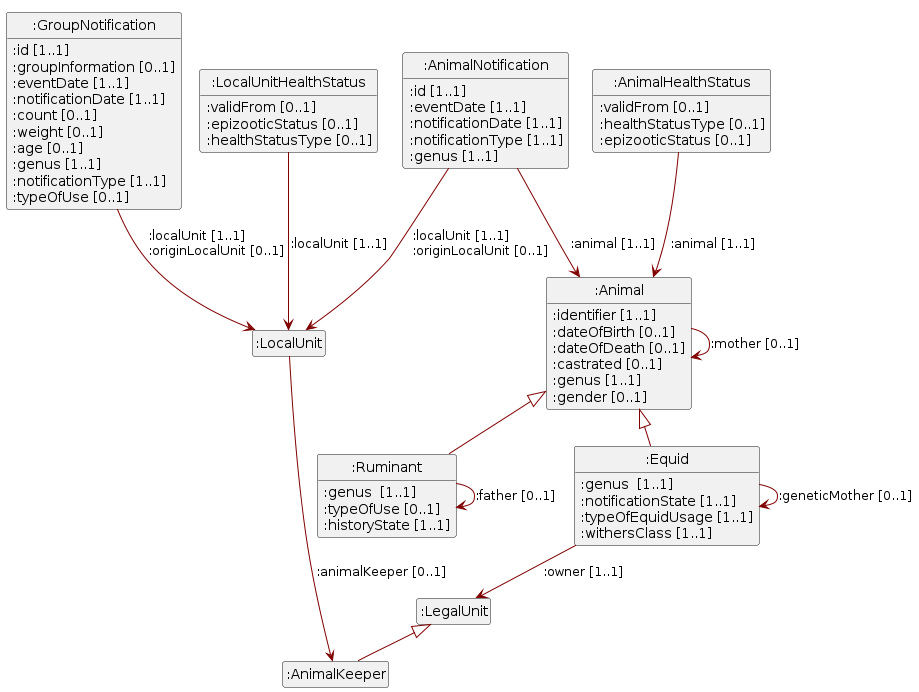
This is assets/img/uml.png from blw-ofag-ufag/eCH-0309, a PlantUML export, as it was before one commit.
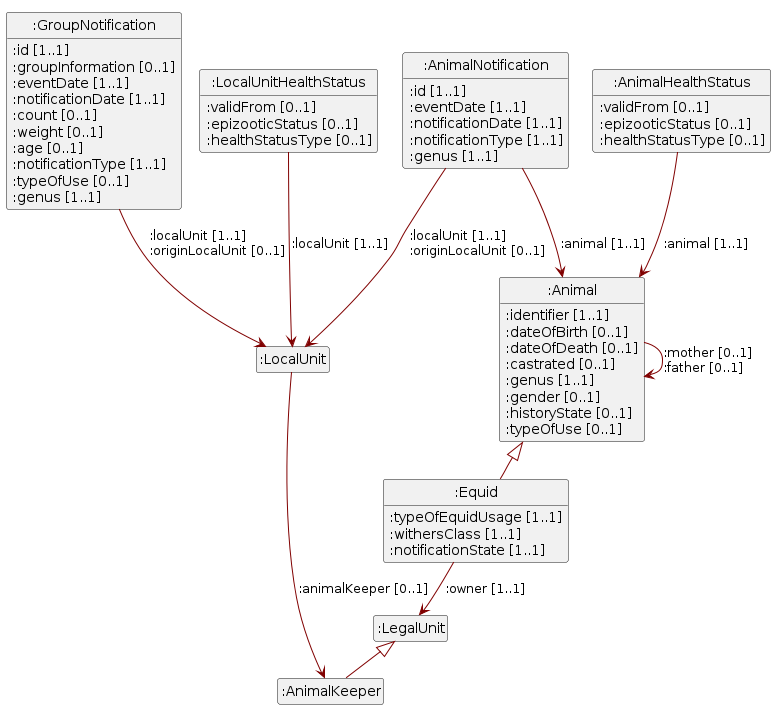
Above is the later version.

The edit, as a diff of the source:
```diff
@@ -10,17 +10,10 @@
 set namespaceSeparator none
 Class ":Equid"
 ":Equid" --> ":LegalUnit" : :owner [1..1]
-":Equid" : :genus  [1..1]
-":Equid" --> ":Equid" : :geneticMother<U+00A0>[0..1]
-":Equid" : :notificationState [1..1]
 ":Equid" : :typeOfEquidUsage [1..1]
 ":Equid" : :withersClass [1..1]
+":Equid" : :notificationState [1..1]
 Class ":LegalUnit"
-Class ":Ruminant"
-":Ruminant" : :genus  [1..1]
-":Ruminant" --> ":Ruminant" : :father<U+00A0>[0..1]
-":Ruminant" : :typeOfUse [0..1]
-":Ruminant" : :historyState [1..1]
 Class ":GroupNotification"
 ":GroupNotification" : :id [1..1]
 ":GroupNotification" : :groupInformation [0..1]
@@ -29,10 +22,10 @@
 ":GroupNotification" : :count [0..1]
 ":GroupNotification" : :weight [0..1]
 ":GroupNotification" : :age [0..1]
+":GroupNotification" : :notificationType [1..1]
 ":GroupNotification" --> ":LocalUnit" : :localUnit<U+00A0>[1..1]  \l:originLocalUnit<U+00A0>[0..1]
+":GroupNotification" : :typeOfUse [0..1]
 ":GroupNotification" : :genus [1..1]
-":GroupNotification" : :notificationType [1..1]
-":GroupNotification" : :typeOfUse [0..1]
 Class ":AnimalKeeper"
 Class ":AnimalNotification"
 ":AnimalNotification" : :id [1..1]
@@ -47,23 +40,24 @@
 Class ":LocalUnitHealthStatus"
 ":LocalUnitHealthStatus" : :validFrom [0..1]
 ":LocalUnitHealthStatus" : :epizooticStatus [0..1]
+":LocalUnitHealthStatus" : :healthStatusType [0..1]
 ":LocalUnitHealthStatus" --> ":LocalUnit" : :localUnit<U+00A0>[1..1]
-":LocalUnitHealthStatus" : :healthStatusType [0..1]
 Class ":AnimalHealthStatus"
 ":AnimalHealthStatus" : :validFrom [0..1]
 ":AnimalHealthStatus" --> ":Animal" : :animal<U+00A0>[1..1]
+":AnimalHealthStatus" : :epizooticStatus [0..1]
 ":AnimalHealthStatus" : :healthStatusType [0..1]
-":AnimalHealthStatus" : :epizooticStatus [0..1]
 Class ":Animal"
 ":Animal" : :identifier [1..1]
 ":Animal" : :dateOfBirth [0..1]
 ":Animal" : :dateOfDeath [0..1]
 ":Animal" : :castrated [0..1]
-":Animal" --> ":Animal" : :mother<U+00A0>[0..1]
 ":Animal" : :genus [1..1]
 ":Animal" : :gender [0..1]
+":Animal" : :historyState [0..1]
+":Animal" --> ":Animal" : :mother<U+00A0>[0..1]  \l:father<U+00A0>[0..1]
+":Animal" : :typeOfUse [0..1]
 ":Animal" <|-- ":Equid"
-":Animal" <|-- ":Ruminant"
 ":LegalUnit" <|-- ":AnimalKeeper"
 hide circle
 hide empty members
```
